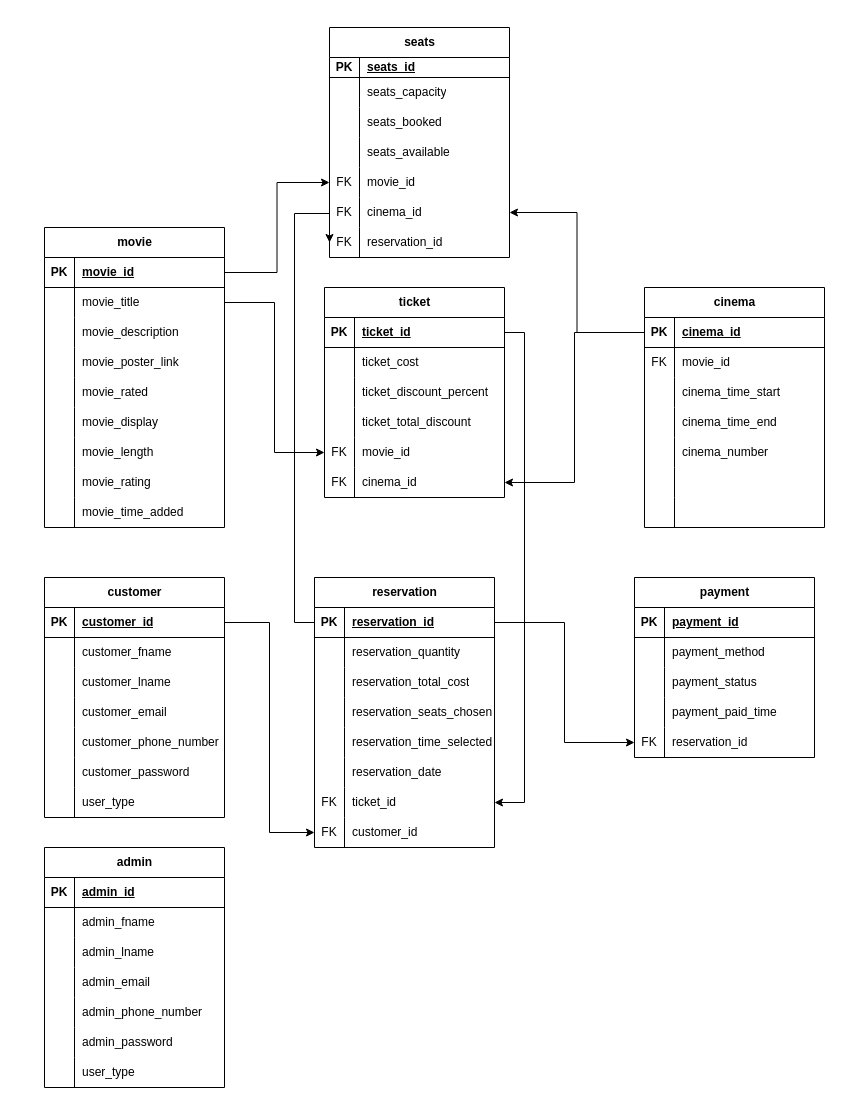
Above: page "Page-2" (2 of 2) of FLICKS.drawio in SammDumpingStation/FLICKS-Movie-Ticket-Booking-System (draw.io), before the change. Source tidied: cells renumbered, new cells numbered last; positions are measured from the earlier drawing's top-left corner, leaving out a move shared by most shapes. Both pictures are drawn from the tidied source at 100%, with x=0, y=0 at pixel (44, 27).
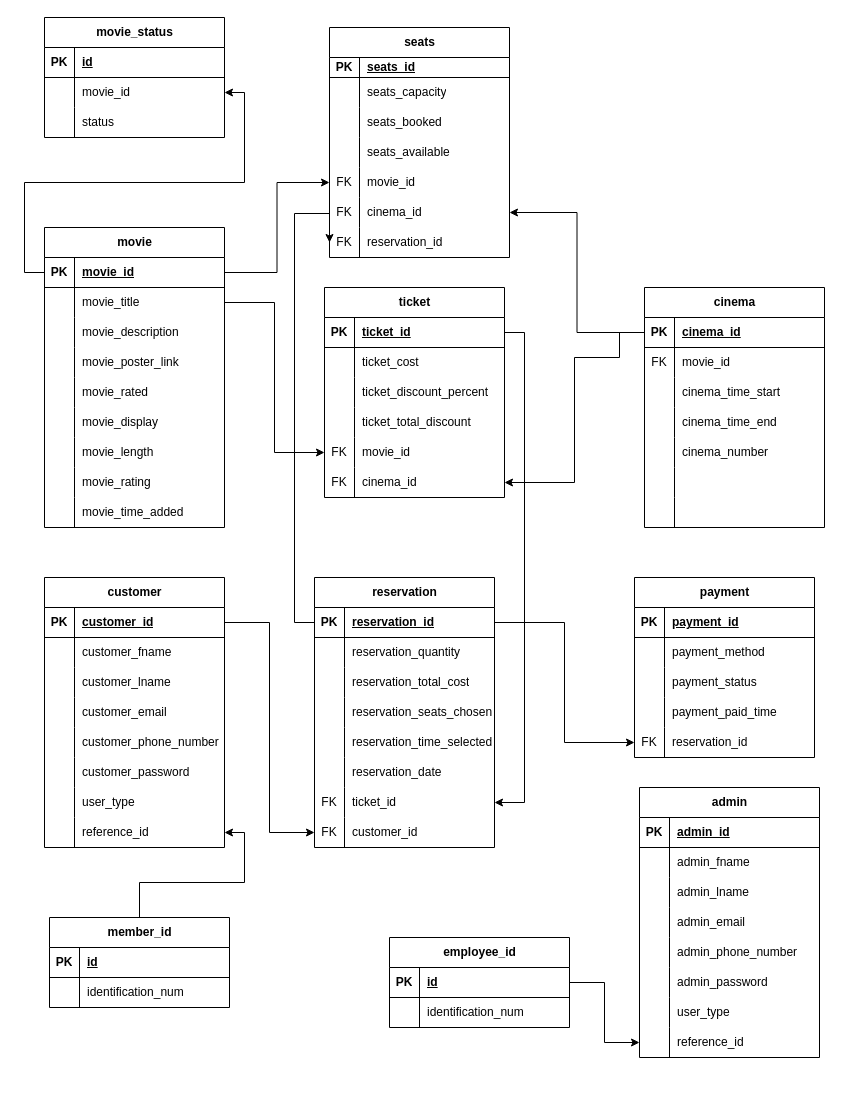
The same page after the edit.

Unchanged cells that the change refers to:
```xml
<mxCell id="3" style="shape=tableRow;horizontal=0;startSize=0;swimlaneHead=0;swimlaneBody=0;fillColor=none;points=[[0,0.5],[1,0.5]];portConstraint=eastwest;top=0;left=0;right=0;bottom=1;" parent="2" vertex="1">
  <mxGeometry y="30" width="180" height="30" as="geometry" />
</mxCell>
<mxCell id="68" style="shape=tableRow;horizontal=0;startSize=0;swimlaneHead=0;swimlaneBody=0;fillColor=none;points=[[0,0.5],[1,0.5]];portConstraint=eastwest;top=0;left=0;right=0;bottom=0;" parent="52" vertex="1">
  <mxGeometry y="180" width="180" height="30" as="geometry" />
</mxCell>
<mxCell id="88" style="shape=tableRow;horizontal=0;startSize=0;swimlaneHead=0;swimlaneBody=0;fillColor=none;points=[[0,0.5],[1,0.5]];portConstraint=eastwest;top=0;left=0;right=0;bottom=1;" parent="87" vertex="1">
  <mxGeometry y="30" width="180" height="30" as="geometry" />
</mxCell>
```

What changed in the source:
```diff
@@
     <mxCell id="30" value="customer" style="shape=table;startSize=30;childLayout=tableLayout;rowLines=0;fontStyle=1;align=center;html=1;" parent="1" vertex="1">
-      <mxGeometry y="550" width="180" height="240" as="geometry" />
+      <mxGeometry y="550" width="180" height="270" as="geometry" />
     </mxCell>
@@
+    <mxCell id="186" style="shape=tableRow;horizontal=0;startSize=0;swimlaneHead=0;swimlaneBody=0;fillColor=none;points=[[0,0.5],[1,0.5]];portConstraint=eastwest;top=0;left=0;right=0;bottom=0;" parent="30" vertex="1">
+      <mxGeometry y="240" width="180" height="30" as="geometry" />
+    </mxCell>
+    <mxCell id="187" style="shape=partialRectangle;fillColor=none;top=0;left=0;bottom=0;right=0;overflow=hidden;whiteSpace=wrap;html=1;" parent="186" vertex="1">
+      <mxGeometry width="30" height="30" as="geometry" />
+    </mxCell>
+    <mxCell id="188" value="reference_id" style="shape=partialRectangle;fillColor=none;top=0;left=0;bottom=0;right=0;align=left;spacingLeft=6;overflow=hidden;whiteSpace=wrap;html=1;" parent="186" vertex="1">
+      <mxGeometry x="30" width="150" height="30" as="geometry" />
+    </mxCell>
@@
-    <mxCell id="158" style="edgeStyle=orthogonalEdgeStyle;rounded=0;jettySize=auto;html=1;entryX=1;entryY=0.5;entryDx=0;entryDy=0;" parent="1" edge="1" source="88" target="68">
-      <mxGeometry relative="1" as="geometry" />
+    <mxCell id="158" style="edgeStyle=orthogonalEdgeStyle;rounded=0;jettySize=auto;html=1;entryX=1;entryY=0.5;entryDx=0;entryDy=0;exitX=0;exitY=0.5;exitDx=0;exitDy=0;" parent="1" edge="1" source="88" target="68">
+      <mxGeometry relative="1" as="geometry">
+        <Array as="points">
+          <mxPoint x="575" y="305" />
+          <mxPoint x="575" y="330" />
+          <mxPoint x="530" y="330" />
+          <mxPoint x="530" y="455" />
+        </Array>
+      </mxGeometry>
     </mxCell>
@@
     <mxCell id="164" value="admin" style="shape=table;startSize=30;childLayout=tableLayout;rowLines=0;fontStyle=1;align=center;html=1;" parent="1" vertex="1">
-      <mxGeometry y="820" width="180" height="240" as="geometry" />
+      <mxGeometry x="595" y="760" width="180" height="270" as="geometry" />
     </mxCell>
@@
+    <mxCell id="189" style="shape=tableRow;horizontal=0;startSize=0;swimlaneHead=0;swimlaneBody=0;fillColor=none;points=[[0,0.5],[1,0.5]];portConstraint=eastwest;top=0;left=0;right=0;bottom=0;" parent="164" vertex="1">
+      <mxGeometry y="240" width="180" height="30" as="geometry" />
+    </mxCell>
+    <mxCell id="190" style="shape=partialRectangle;fillColor=none;top=0;left=0;bottom=0;right=0;overflow=hidden;whiteSpace=wrap;html=1;" parent="189" vertex="1">
+      <mxGeometry width="30" height="30" as="geometry" />
+    </mxCell>
+    <mxCell id="191" value="reference_id" style="shape=partialRectangle;fillColor=none;top=0;left=0;bottom=0;right=0;align=left;spacingLeft=6;overflow=hidden;whiteSpace=wrap;html=1;" parent="189" vertex="1">
+      <mxGeometry x="30" width="150" height="30" as="geometry" />
+    </mxCell>
+    <mxCell id="192" value="movie_status" style="shape=table;startSize=30;childLayout=tableLayout;rowLines=0;fontStyle=1;align=center;html=1;" parent="1" vertex="1">
+      <mxGeometry y="-10" width="180" height="120" as="geometry" />
+    </mxCell>
+    <mxCell id="193" style="shape=tableRow;horizontal=0;startSize=0;swimlaneHead=0;swimlaneBody=0;fillColor=none;top=0;left=0;right=0;bottom=1;" parent="192" vertex="1">
+      <mxGeometry y="30" width="180" height="30" as="geometry" />
+    </mxCell>
+    <mxCell id="194" value="PK" style="shape=partialRectangle;fillColor=none;top=0;left=0;bottom=0;right=0;fontStyle=1;overflow=hidden;whiteSpace=wrap;html=1;" parent="193" vertex="1">
+      <mxGeometry width="30" height="30" as="geometry" />
+    </mxCell>
+    <mxCell id="195" value="id" style="shape=partialRectangle;fillColor=none;top=0;left=0;bottom=0;right=0;align=left;spacingLeft=6;fontStyle=5;overflow=hidden;whiteSpace=wrap;html=1;" parent="193" vertex="1">
+      <mxGeometry x="30" width="150" height="30" as="geometry" />
+    </mxCell>
+    <mxCell id="196" style="shape=tableRow;horizontal=0;startSize=0;swimlaneHead=0;swimlaneBody=0;fillColor=none;points=[[0,0.5],[1,0.5]];portConstraint=eastwest;top=0;left=0;right=0;bottom=0;" parent="192" vertex="1">
+      <mxGeometry y="60" width="180" height="30" as="geometry" />
+    </mxCell>
+    <mxCell id="197" style="shape=partialRectangle;fillColor=none;top=0;left=0;bottom=0;right=0;overflow=hidden;whiteSpace=wrap;html=1;" parent="196" vertex="1">
+      <mxGeometry width="30" height="30" as="geometry" />
+    </mxCell>
+    <mxCell id="198" value="movie_id" style="shape=partialRectangle;fillColor=none;top=0;left=0;bottom=0;right=0;align=left;spacingLeft=6;overflow=hidden;whiteSpace=wrap;html=1;" parent="196" vertex="1">
+      <mxGeometry x="30" width="150" height="30" as="geometry" />
+    </mxCell>
+    <mxCell id="199" style="shape=tableRow;horizontal=0;startSize=0;swimlaneHead=0;swimlaneBody=0;fillColor=none;top=0;left=0;right=0;bottom=0;" parent="192" vertex="1">
+      <mxGeometry y="90" width="180" height="30" as="geometry" />
+    </mxCell>
+    <mxCell id="200" style="shape=partialRectangle;fillColor=none;top=0;left=0;bottom=0;right=0;overflow=hidden;whiteSpace=wrap;html=1;" parent="199" vertex="1">
+      <mxGeometry width="30" height="30" as="geometry" />
+    </mxCell>
+    <mxCell id="201" value="status" style="shape=partialRectangle;fillColor=none;top=0;left=0;bottom=0;right=0;align=left;spacingLeft=6;overflow=hidden;whiteSpace=wrap;html=1;" parent="199" vertex="1">
+      <mxGeometry x="30" width="150" height="30" as="geometry" />
+    </mxCell>
+    <mxCell id="202" style="edgeStyle=orthogonalEdgeStyle;rounded=0;jettySize=auto;html=1;entryX=1;entryY=0.5;entryDx=0;entryDy=0;" parent="1" edge="1" source="3" target="196">
+      <mxGeometry relative="1" as="geometry" />
+    </mxCell>
+    <mxCell id="203" value="employee_id" style="shape=table;startSize=30;childLayout=tableLayout;rowLines=0;fontStyle=1;align=center;html=1;" parent="1" vertex="1">
+      <mxGeometry x="345" y="910" width="180" height="90" as="geometry" />
+    </mxCell>
+    <mxCell id="204" style="shape=tableRow;horizontal=0;startSize=0;swimlaneHead=0;swimlaneBody=0;fillColor=none;points=[[0,0.5],[1,0.5]];portConstraint=eastwest;top=0;left=0;right=0;bottom=1;" parent="203" vertex="1">
+      <mxGeometry y="30" width="180" height="30" as="geometry" />
+    </mxCell>
+    <mxCell id="205" value="PK" style="shape=partialRectangle;fillColor=none;top=0;left=0;bottom=0;right=0;fontStyle=1;overflow=hidden;whiteSpace=wrap;html=1;" parent="204" vertex="1">
+      <mxGeometry width="30" height="30" as="geometry" />
+    </mxCell>
+    <mxCell id="206" value="id" style="shape=partialRectangle;fillColor=none;top=0;left=0;bottom=0;right=0;align=left;spacingLeft=6;fontStyle=5;overflow=hidden;whiteSpace=wrap;html=1;" parent="204" vertex="1">
+      <mxGeometry x="30" width="150" height="30" as="geometry" />
+    </mxCell>
+    <mxCell id="207" style="shape=tableRow;horizontal=0;startSize=0;swimlaneHead=0;swimlaneBody=0;fillColor=none;top=0;left=0;right=0;bottom=0;" parent="203" vertex="1">
+      <mxGeometry y="60" width="180" height="30" as="geometry" />
+    </mxCell>
+    <mxCell id="208" style="shape=partialRectangle;fillColor=none;top=0;left=0;bottom=0;right=0;overflow=hidden;whiteSpace=wrap;html=1;" parent="207" vertex="1">
+      <mxGeometry width="30" height="30" as="geometry" />
+    </mxCell>
+    <mxCell id="209" value="identification_num" style="shape=partialRectangle;fillColor=none;top=0;left=0;bottom=0;right=0;align=left;spacingLeft=6;overflow=hidden;whiteSpace=wrap;html=1;" parent="207" vertex="1">
+      <mxGeometry x="30" width="150" height="30" as="geometry" />
+    </mxCell>
+    <mxCell id="210" style="edgeStyle=orthogonalEdgeStyle;rounded=0;jettySize=auto;html=1;entryX=1;entryY=0.5;entryDx=0;entryDy=0;" parent="1" edge="1" source="211" target="186">
+      <mxGeometry relative="1" as="geometry" />
+    </mxCell>
+    <mxCell id="211" value="member_id" style="shape=table;startSize=30;childLayout=tableLayout;rowLines=0;fontStyle=1;align=center;html=1;" parent="1" vertex="1">
+      <mxGeometry x="5" y="890" width="180" height="90" as="geometry" />
+    </mxCell>
+    <mxCell id="212" style="shape=tableRow;horizontal=0;startSize=0;swimlaneHead=0;swimlaneBody=0;fillColor=none;top=0;left=0;right=0;bottom=1;" parent="211" vertex="1">
+      <mxGeometry y="30" width="180" height="30" as="geometry" />
+    </mxCell>
+    <mxCell id="213" value="PK" style="shape=partialRectangle;fillColor=none;top=0;left=0;bottom=0;right=0;fontStyle=1;overflow=hidden;whiteSpace=wrap;html=1;" parent="212" vertex="1">
+      <mxGeometry width="30" height="30" as="geometry" />
+    </mxCell>
+    <mxCell id="214" value="id" style="shape=partialRectangle;fillColor=none;top=0;left=0;bottom=0;right=0;align=left;spacingLeft=6;fontStyle=5;overflow=hidden;whiteSpace=wrap;html=1;" parent="212" vertex="1">
+      <mxGeometry x="30" width="150" height="30" as="geometry" />
+    </mxCell>
+    <mxCell id="215" style="shape=tableRow;horizontal=0;startSize=0;swimlaneHead=0;swimlaneBody=0;fillColor=none;top=0;left=0;right=0;bottom=0;" parent="211" vertex="1">
+      <mxGeometry y="60" width="180" height="30" as="geometry" />
+    </mxCell>
+    <mxCell id="216" style="shape=partialRectangle;fillColor=none;top=0;left=0;bottom=0;right=0;overflow=hidden;whiteSpace=wrap;html=1;" parent="215" vertex="1">
+      <mxGeometry width="30" height="30" as="geometry" />
+    </mxCell>
+    <mxCell id="217" value="identification_num" style="shape=partialRectangle;fillColor=none;top=0;left=0;bottom=0;right=0;align=left;spacingLeft=6;overflow=hidden;whiteSpace=wrap;html=1;" parent="215" vertex="1">
+      <mxGeometry x="30" width="150" height="30" as="geometry" />
+    </mxCell>
+    <mxCell id="218" style="edgeStyle=orthogonalEdgeStyle;rounded=0;jettySize=auto;html=1;entryX=0;entryY=0.5;entryDx=0;entryDy=0;" parent="1" edge="1" source="204" target="189">
+      <mxGeometry relative="1" as="geometry" />
+    </mxCell>
```
